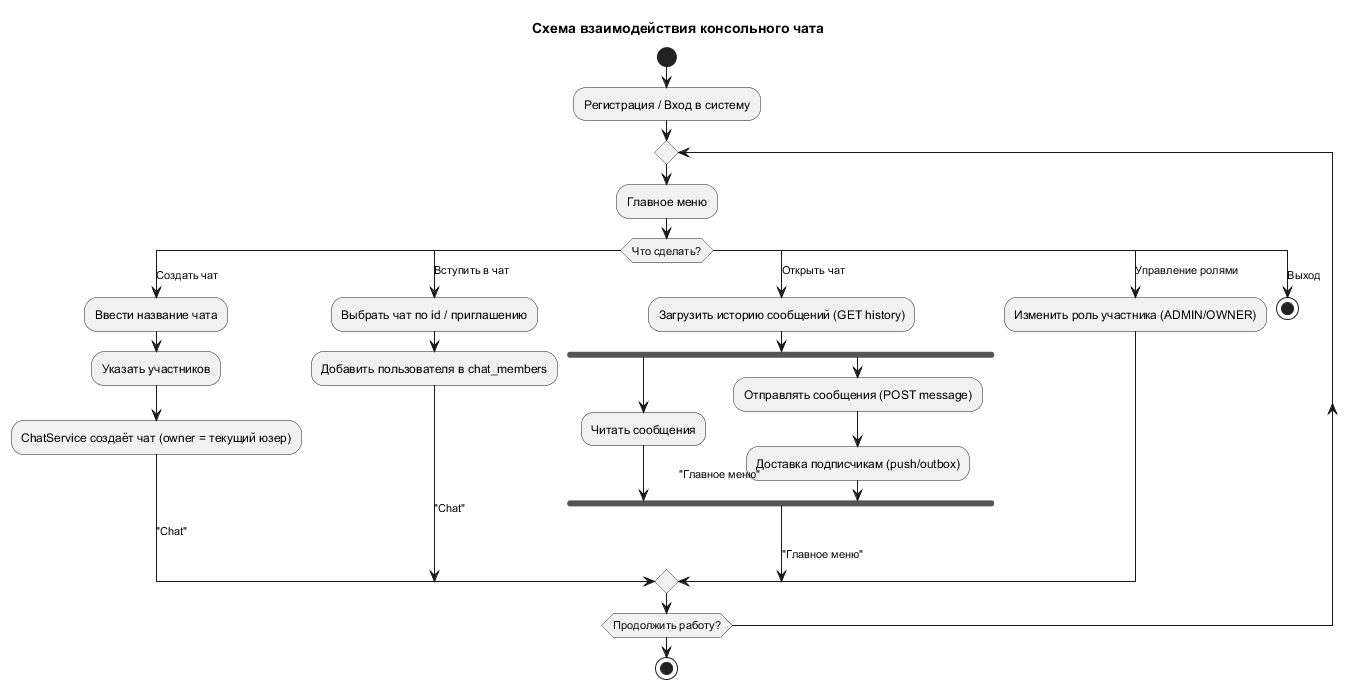
The PlantUML diagram Drafts/console_chat/uml/uml_interaction_flow.png in DianaShak/BlackBox, before a commit.
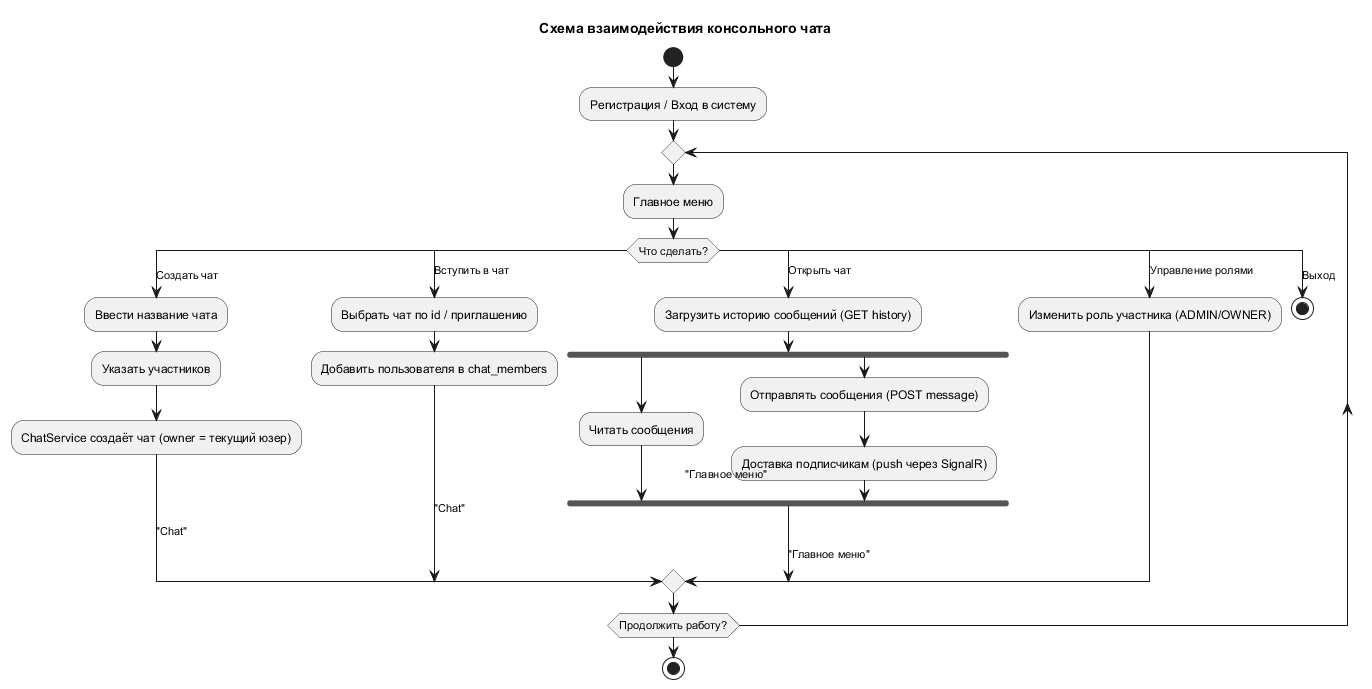
After the commit.

Change to the diagram source:
```diff
@@ -25,7 +25,7 @@
       :Читать сообщения;
     fork again
       :Отправлять сообщения (POST message);
-      :Доставка подписчикам (push/outbox);
+      :Доставка подписчикам (push через SignalR);
     end fork
     -> "Главное меню";
   case (Управление ролями)
```
